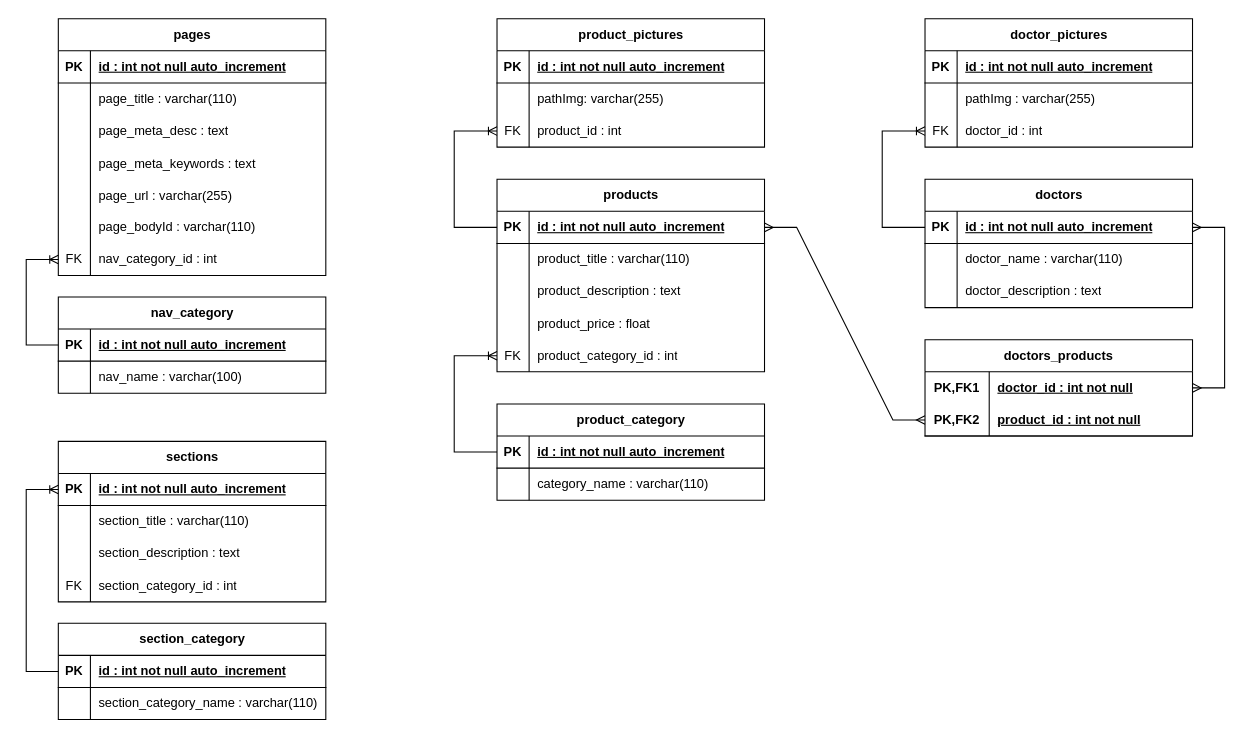
gpuberos/wonderland_pharma keeps this draw.io diagram as docs/uml/db_wpharma-uml.drawio. Above is the earlier version. Source tidied: cells renumbered, new cells numbered last; positions are measured from the earlier drawing's top-left corner, leaving out a move shared by most shapes. Both pictures are drawn from the tidied source at 107%, with x=0, y=0 at pixel (26, 18).
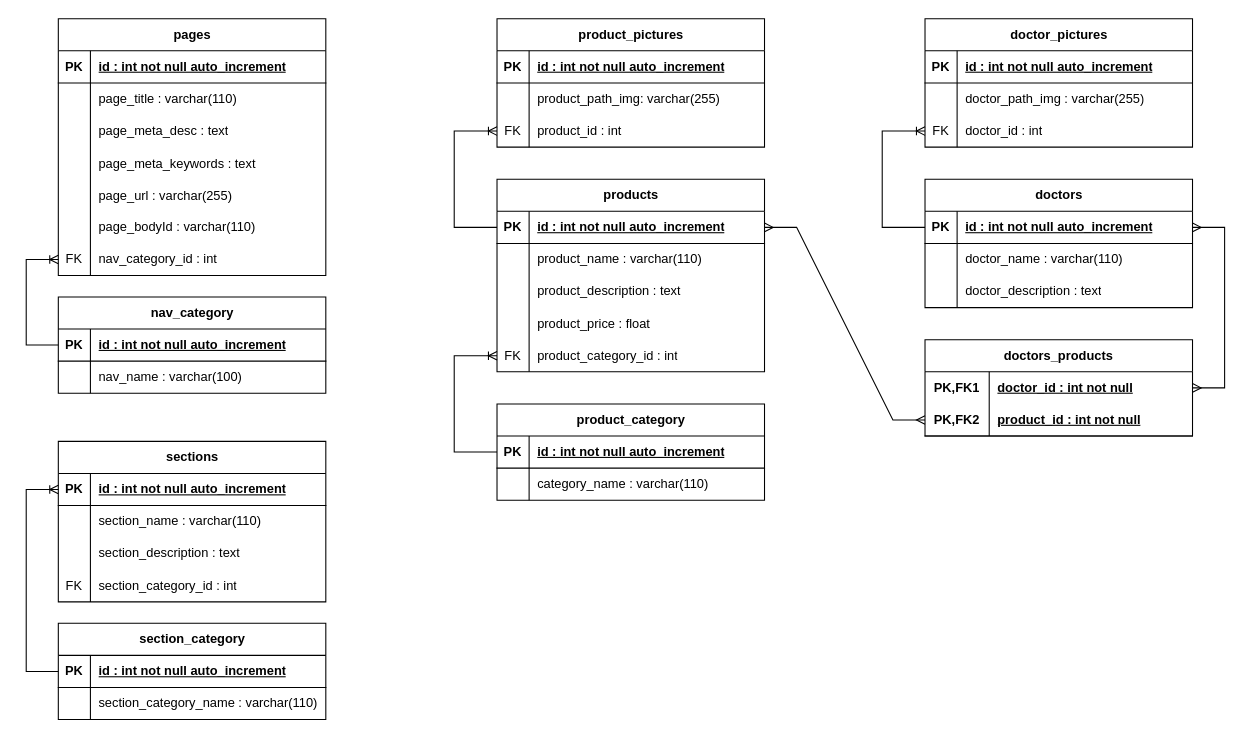
The same diagram, later.

Unchanged cells that the change refers to:
```xml
<mxCell id="35" style="shape=tableRow;horizontal=0;startSize=0;swimlaneHead=0;swimlaneBody=0;fillColor=none;top=0;left=0;right=0;bottom=0;" parent="31" vertex="1">
  <mxGeometry y="60" width="250" height="30" as="geometry" />
</mxCell>
<mxCell id="62" style="shape=tableRow;horizontal=0;startSize=0;swimlaneHead=0;swimlaneBody=0;fillColor=none;top=0;left=0;right=0;bottom=0;" parent="58" vertex="1">
  <mxGeometry y="60" width="250" height="30" as="geometry" />
</mxCell>
<mxCell id="78" style="shape=tableRow;horizontal=0;startSize=0;swimlaneHead=0;swimlaneBody=0;fillColor=none;top=0;left=0;right=0;bottom=0;" parent="74" vertex="1">
  <mxGeometry y="60" width="250" height="30" as="geometry" />
</mxCell>
<mxCell id="98" style="shape=tableRow;horizontal=0;startSize=0;swimlaneHead=0;swimlaneBody=0;fillColor=none;top=0;left=0;right=0;bottom=0;" parent="94" vertex="1">
  <mxGeometry y="60" width="250" height="30" as="geometry" />
</mxCell>
```

Diff of the diagram source:
```diff
@@
-    <mxCell id="37" value="section_title : varchar(110)" style="shape=partialRectangle;fillColor=none;top=0;left=0;bottom=0;right=0;align=left;spacingLeft=6;overflow=hidden;whiteSpace=wrap;html=1;" parent="35" vertex="1">
+    <mxCell id="37" value="section_name : varchar(110)" style="shape=partialRectangle;fillColor=none;top=0;left=0;bottom=0;right=0;align=left;spacingLeft=6;overflow=hidden;whiteSpace=wrap;html=1;" parent="35" vertex="1">
       <mxGeometry x="30" width="220" height="30" as="geometry" />
     </mxCell>
@@
-    <mxCell id="64" value="product_title : varchar(110)" style="shape=partialRectangle;fillColor=none;top=0;left=0;bottom=0;right=0;align=left;spacingLeft=6;overflow=hidden;whiteSpace=wrap;html=1;" parent="62" vertex="1">
+    <mxCell id="64" value="product_name : varchar(110)" style="shape=partialRectangle;fillColor=none;top=0;left=0;bottom=0;right=0;align=left;spacingLeft=6;overflow=hidden;whiteSpace=wrap;html=1;" parent="62" vertex="1">
       <mxGeometry x="30" width="220" height="30" as="geometry" />
     </mxCell>
@@
-    <mxCell id="80" value="pathImg: varchar(255)" style="shape=partialRectangle;fillColor=none;top=0;left=0;bottom=0;right=0;align=left;spacingLeft=6;overflow=hidden;whiteSpace=wrap;html=1;" parent="78" vertex="1">
+    <mxCell id="80" value="product_path_img: varchar(255)" style="shape=partialRectangle;fillColor=none;top=0;left=0;bottom=0;right=0;align=left;spacingLeft=6;overflow=hidden;whiteSpace=wrap;html=1;" parent="78" vertex="1">
       <mxGeometry x="30" width="220" height="30" as="geometry" />
     </mxCell>
@@
-    <mxCell id="100" value="pathImg : varchar(255)" style="shape=partialRectangle;fillColor=none;top=0;left=0;bottom=0;right=0;align=left;spacingLeft=6;overflow=hidden;whiteSpace=wrap;html=1;" parent="98" vertex="1">
+    <mxCell id="100" value="doctor_path_img : varchar(255)" style="shape=partialRectangle;fillColor=none;top=0;left=0;bottom=0;right=0;align=left;spacingLeft=6;overflow=hidden;whiteSpace=wrap;html=1;" parent="98" vertex="1">
       <mxGeometry x="30" width="220" height="30" as="geometry" />
     </mxCell>
```
